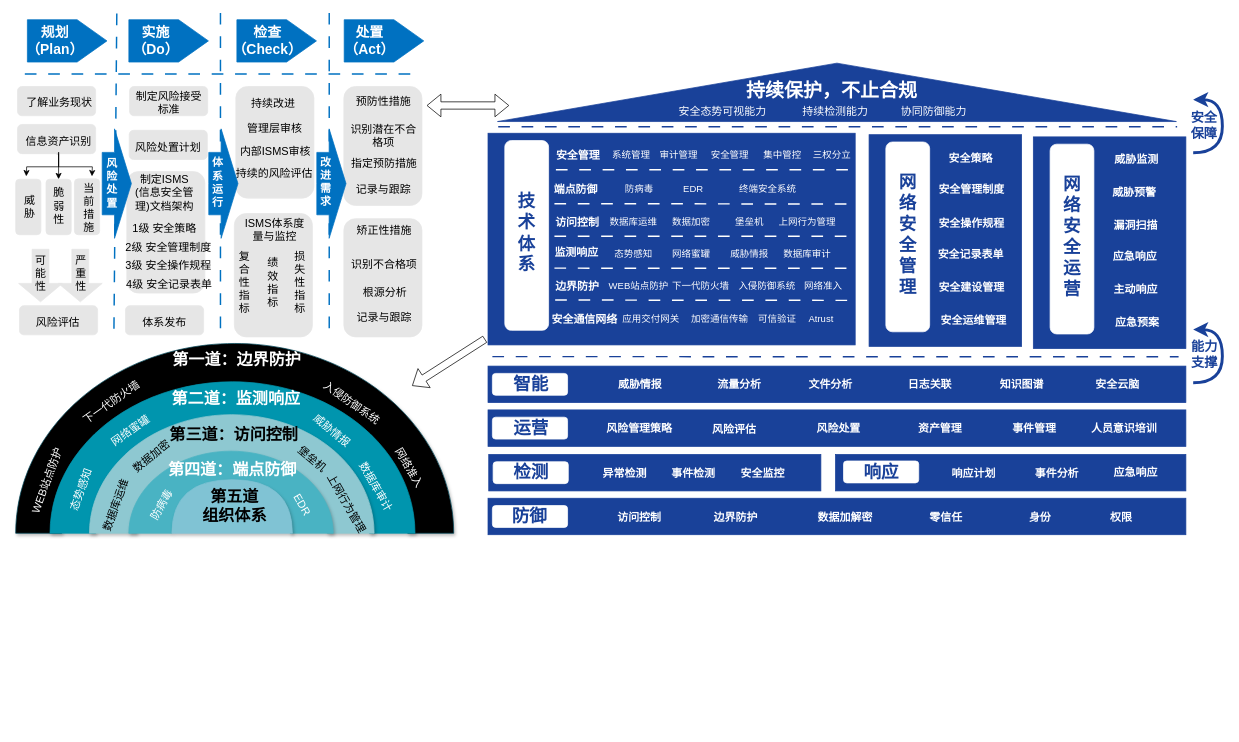
Niujieheng/GitHub_june keeps this draw.io diagram as 安全架构.drawio. Above is the earlier version. Source tidied: cells renumbered, new cells numbered last; positions are measured from the earlier drawing's top-left corner, leaving out a move shared by most shapes. Both pictures are drawn from the tidied source at 73%, with x=0, y=0 at pixel (2, -247).
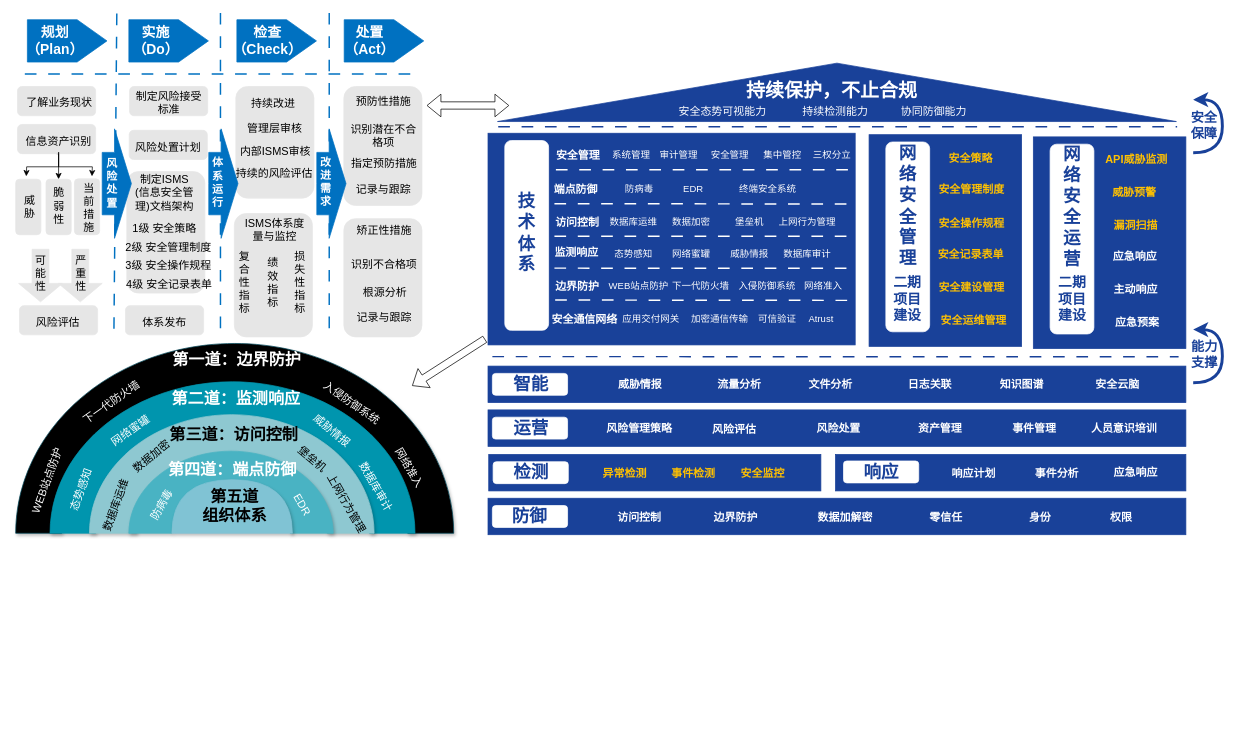
Above is the later version.

Commit message (it also covers changes not shown here):
更新安全架构.drawio

Change to the diagram source:
```diff
@@
-    <mxCell id="51" value="&lt;font style=&quot;color: rgb(25, 65, 153); font-size: 24px;&quot;&gt;&lt;b style=&quot;&quot;&gt;网络安全管理&lt;/b&gt;&lt;/font&gt;" style="text;html=1;whiteSpace=wrap;strokeColor=none;fillColor=none;align=center;verticalAlign=middle;rounded=0;" parent="1" vertex="1">
-      <mxGeometry x="1225" y="645" width="30" height="30" as="geometry" />
+    <mxCell id="51" value="&lt;font style=&quot;color: rgb(25, 65, 153);&quot;&gt;&lt;b style=&quot;&quot;&gt;&lt;span style=&quot;font-size: 24px;&quot;&gt;网络安全管理&lt;/span&gt;&lt;/b&gt;&lt;/font&gt;" style="text;html=1;whiteSpace=wrap;strokeColor=none;fillColor=none;align=center;verticalAlign=middle;rounded=0;" parent="1" vertex="1">
+      <mxGeometry x="1225" y="606" width="30" height="30" as="geometry" />
     </mxCell>
-    <mxCell id="52" value="&lt;font style=&quot;color: rgb(255, 255, 255); font-size: 15px;&quot;&gt;&lt;b&gt;安全管理制度&lt;/b&gt;&lt;/font&gt;" style="text;html=1;whiteSpace=wrap;strokeColor=none;fillColor=none;align=center;verticalAlign=middle;rounded=0;" parent="1" vertex="1">
+    <mxCell id="52" value="&lt;font style=&quot;font-size: 15px;&quot;&gt;&lt;b&gt;安全管理制度&lt;/b&gt;&lt;/font&gt;" style="text;html=1;whiteSpace=wrap;strokeColor=none;fillColor=none;align=center;verticalAlign=middle;rounded=0;fontColor=#FFC100;" parent="1" vertex="1">
       <mxGeometry x="1262" y="583" width="131" height="30" as="geometry" />
     </mxCell>
-    <mxCell id="53" value="&lt;font style=&quot;color: rgb(255, 255, 255); font-size: 15px;&quot;&gt;&lt;b&gt;安全策略&lt;/b&gt;&lt;/font&gt;" style="text;html=1;whiteSpace=wrap;strokeColor=none;fillColor=none;align=center;verticalAlign=middle;rounded=0;" parent="1" vertex="1">
+    <mxCell id="53" value="&lt;font style=&quot;font-size: 15px; color: rgb(255, 193, 0);&quot;&gt;&lt;b style=&quot;&quot;&gt;安全策略&lt;/b&gt;&lt;/font&gt;" style="text;html=1;whiteSpace=wrap;strokeColor=none;fillColor=none;align=center;verticalAlign=middle;rounded=0;" parent="1" vertex="1">
       <mxGeometry x="1261" y="540" width="131" height="30" as="geometry" />
     </mxCell>
-    <mxCell id="54" value="&lt;font style=&quot;color: rgb(255, 255, 255); font-size: 15px;&quot;&gt;&lt;b&gt;安全操作规程&lt;/b&gt;&lt;/font&gt;" style="text;html=1;whiteSpace=wrap;strokeColor=none;fillColor=none;align=center;verticalAlign=middle;rounded=0;" parent="1" vertex="1">
+    <mxCell id="54" value="&lt;font style=&quot;font-size: 15px;&quot;&gt;&lt;b&gt;安全操作规程&lt;/b&gt;&lt;/font&gt;" style="text;html=1;whiteSpace=wrap;strokeColor=none;fillColor=none;align=center;verticalAlign=middle;rounded=0;fontColor=#FFC100;" parent="1" vertex="1">
       <mxGeometry x="1262" y="629.2" width="131" height="30" as="geometry" />
     </mxCell>
-    <mxCell id="55" value="&lt;font style=&quot;color: rgb(255, 255, 255); font-size: 15px;&quot;&gt;&lt;b&gt;安全记录表单&lt;/b&gt;&lt;/font&gt;" style="text;html=1;whiteSpace=wrap;strokeColor=none;fillColor=none;align=center;verticalAlign=middle;rounded=0;" parent="1" vertex="1">
+    <mxCell id="55" value="&lt;font style=&quot;font-size: 15px;&quot;&gt;&lt;b&gt;安全记录表单&lt;/b&gt;&lt;/font&gt;" style="text;html=1;whiteSpace=wrap;strokeColor=none;fillColor=none;align=center;verticalAlign=middle;rounded=0;fontColor=#FFC100;" parent="1" vertex="1">
       <mxGeometry x="1261" y="670.8" width="131" height="30" as="geometry" />
     </mxCell>
-    <mxCell id="56" value="&lt;font style=&quot;color: rgb(255, 255, 255); font-size: 15px;&quot;&gt;&lt;b&gt;安全建设管理&lt;/b&gt;&lt;/font&gt;" style="text;html=1;whiteSpace=wrap;strokeColor=none;fillColor=none;align=center;verticalAlign=middle;rounded=0;" parent="1" vertex="1">
+    <mxCell id="56" value="&lt;font style=&quot;font-size: 15px;&quot;&gt;&lt;b&gt;安全建设管理&lt;/b&gt;&lt;/font&gt;" style="text;html=1;whiteSpace=wrap;strokeColor=none;fillColor=none;align=center;verticalAlign=middle;rounded=0;fontColor=#FFC100;" parent="1" vertex="1">
       <mxGeometry x="1262" y="716.5" width="131" height="30" as="geometry" />
     </mxCell>
-    <mxCell id="57" value="&lt;font style=&quot;color: rgb(255, 255, 255); font-size: 15px;&quot;&gt;&lt;b&gt;安全运维管理&lt;/b&gt;&lt;/font&gt;" style="text;html=1;whiteSpace=wrap;strokeColor=none;fillColor=none;align=center;verticalAlign=middle;rounded=0;" parent="1" vertex="1">
+    <mxCell id="57" value="&lt;font style=&quot;font-size: 15px;&quot;&gt;&lt;b&gt;安全运维管理&lt;/b&gt;&lt;/font&gt;" style="text;html=1;whiteSpace=wrap;strokeColor=none;fillColor=none;align=center;verticalAlign=middle;rounded=0;fontColor=#FFC100;" parent="1" vertex="1">
       <mxGeometry x="1265" y="762" width="131" height="30" as="geometry" />
     </mxCell>
@@
     <mxCell id="60" value="&lt;font style=&quot;color: rgb(25, 65, 153); font-size: 24px;&quot;&gt;&lt;b style=&quot;&quot;&gt;网络安全运营&lt;/b&gt;&lt;/font&gt;" style="text;html=1;whiteSpace=wrap;strokeColor=none;fillColor=none;align=center;verticalAlign=middle;rounded=0;" parent="1" vertex="1">
-      <mxGeometry x="1450" y="648" width="30" height="30" as="geometry" />
+      <mxGeometry x="1450" y="607" width="30" height="30" as="geometry" />
     </mxCell>
-    <mxCell id="61" value="&lt;font style=&quot;color: rgb(255, 255, 255); font-size: 15px;&quot;&gt;&lt;b&gt;威胁监测&lt;/b&gt;&lt;/font&gt;" style="text;html=1;whiteSpace=wrap;strokeColor=none;fillColor=none;align=center;verticalAlign=middle;rounded=0;" parent="1" vertex="1">
+    <mxCell id="61" value="&lt;font style=&quot;font-size: 15px; color: rgb(255, 193, 0);&quot;&gt;&lt;b style=&quot;&quot;&gt;API威胁监测&lt;/b&gt;&lt;/font&gt;" style="text;html=1;whiteSpace=wrap;strokeColor=none;fillColor=none;align=center;verticalAlign=middle;rounded=0;" parent="1" vertex="1">
       <mxGeometry x="1488" y="541" width="131" height="30" as="geometry" />
     </mxCell>
-    <mxCell id="62" value="&lt;font style=&quot;color: rgb(255, 255, 255); font-size: 15px;&quot;&gt;&lt;b&gt;威胁预警&lt;/b&gt;&lt;/font&gt;" style="text;html=1;whiteSpace=wrap;strokeColor=none;fillColor=none;align=center;verticalAlign=middle;rounded=0;" parent="1" vertex="1">
+    <mxCell id="62" value="&lt;font style=&quot;font-size: 15px; color: rgb(255, 193, 0);&quot;&gt;&lt;b style=&quot;&quot;&gt;威胁预警&lt;/b&gt;&lt;/font&gt;" style="text;html=1;whiteSpace=wrap;strokeColor=none;fillColor=none;align=center;verticalAlign=middle;rounded=0;" parent="1" vertex="1">
       <mxGeometry x="1485" y="586.5" width="131" height="30" as="geometry" />
     </mxCell>
-    <mxCell id="63" value="&lt;font style=&quot;color: rgb(255, 255, 255); font-size: 15px;&quot;&gt;&lt;b&gt;漏洞扫描&lt;/b&gt;&lt;/font&gt;" style="text;html=1;whiteSpace=wrap;strokeColor=none;fillColor=none;align=center;verticalAlign=middle;rounded=0;" parent="1" vertex="1">
+    <mxCell id="63" value="&lt;font style=&quot;font-size: 15px; color: rgb(255, 193, 0);&quot;&gt;&lt;b style=&quot;&quot;&gt;漏洞扫描&lt;/b&gt;&lt;/font&gt;" style="text;html=1;whiteSpace=wrap;strokeColor=none;fillColor=none;align=center;verticalAlign=middle;rounded=0;" parent="1" vertex="1">
       <mxGeometry x="1487" y="632.2" width="131" height="30" as="geometry" />
     </mxCell>
@@
-    <mxCell id="115" value="&lt;font style=&quot;color: rgb(255, 255, 255); font-size: 15px;&quot;&gt;&lt;b&gt;异常检测&lt;/b&gt;&lt;/font&gt;" style="text;html=1;whiteSpace=wrap;strokeColor=none;fillColor=none;align=center;verticalAlign=middle;rounded=0;" parent="1" vertex="1">
+    <mxCell id="115" value="&lt;font style=&quot;font-size: 15px;&quot;&gt;&lt;b&gt;异常检测&lt;/b&gt;&lt;/font&gt;" style="text;html=1;whiteSpace=wrap;strokeColor=none;fillColor=none;align=center;verticalAlign=middle;rounded=0;fontColor=#FFC100;" parent="1" vertex="1">
       <mxGeometry x="787" y="971" width="131" height="30" as="geometry" />
     </mxCell>
-    <mxCell id="116" value="&lt;font style=&quot;color: rgb(255, 255, 255); font-size: 15px;&quot;&gt;&lt;b&gt;事件检测&lt;/b&gt;&lt;/font&gt;" style="text;html=1;whiteSpace=wrap;strokeColor=none;fillColor=none;align=center;verticalAlign=middle;rounded=0;" parent="1" vertex="1">
+    <mxCell id="116" value="&lt;font style=&quot;font-size: 15px;&quot;&gt;&lt;b&gt;事件检测&lt;/b&gt;&lt;/font&gt;" style="text;html=1;whiteSpace=wrap;strokeColor=none;fillColor=none;align=center;verticalAlign=middle;rounded=0;fontColor=#FFC100;" parent="1" vertex="1">
       <mxGeometry x="881" y="971" width="131" height="30" as="geometry" />
     </mxCell>
-    <mxCell id="117" value="&lt;font style=&quot;color: rgb(255, 255, 255); font-size: 15px;&quot;&gt;&lt;b&gt;安全监控&lt;/b&gt;&lt;/font&gt;" style="text;html=1;whiteSpace=wrap;strokeColor=none;fillColor=none;align=center;verticalAlign=middle;rounded=0;" parent="1" vertex="1">
+    <mxCell id="117" value="&lt;font style=&quot;font-size: 15px;&quot;&gt;&lt;b&gt;安全监控&lt;/b&gt;&lt;/font&gt;" style="text;html=1;whiteSpace=wrap;strokeColor=none;fillColor=none;align=center;verticalAlign=middle;rounded=0;fontColor=#FFC100;" parent="1" vertex="1">
       <mxGeometry x="975.5" y="971" width="131" height="30" as="geometry" />
     </mxCell>
@@
+    <mxCell id="203" value="&lt;font style=&quot;color: rgb(25, 65, 153); font-size: 19px;&quot;&gt;&lt;b style=&quot;&quot;&gt;二期项目建设&lt;/b&gt;&lt;/font&gt;" style="text;html=1;whiteSpace=wrap;strokeColor=none;fillColor=none;align=center;verticalAlign=middle;rounded=0;" parent="1" vertex="1">
+      <mxGeometry x="1212" y="734" width="55" height="30" as="geometry" />
+    </mxCell>
+    <mxCell id="204" value="&lt;font style=&quot;color: rgb(25, 65, 153); font-size: 19px;&quot;&gt;&lt;b style=&quot;&quot;&gt;二期项目建设&lt;/b&gt;&lt;/font&gt;" style="text;html=1;whiteSpace=wrap;strokeColor=none;fillColor=none;align=center;verticalAlign=middle;rounded=0;" parent="1" vertex="1">
+      <mxGeometry x="1437.5" y="734" width="55" height="30" as="geometry" />
+    </mxCell>
```
